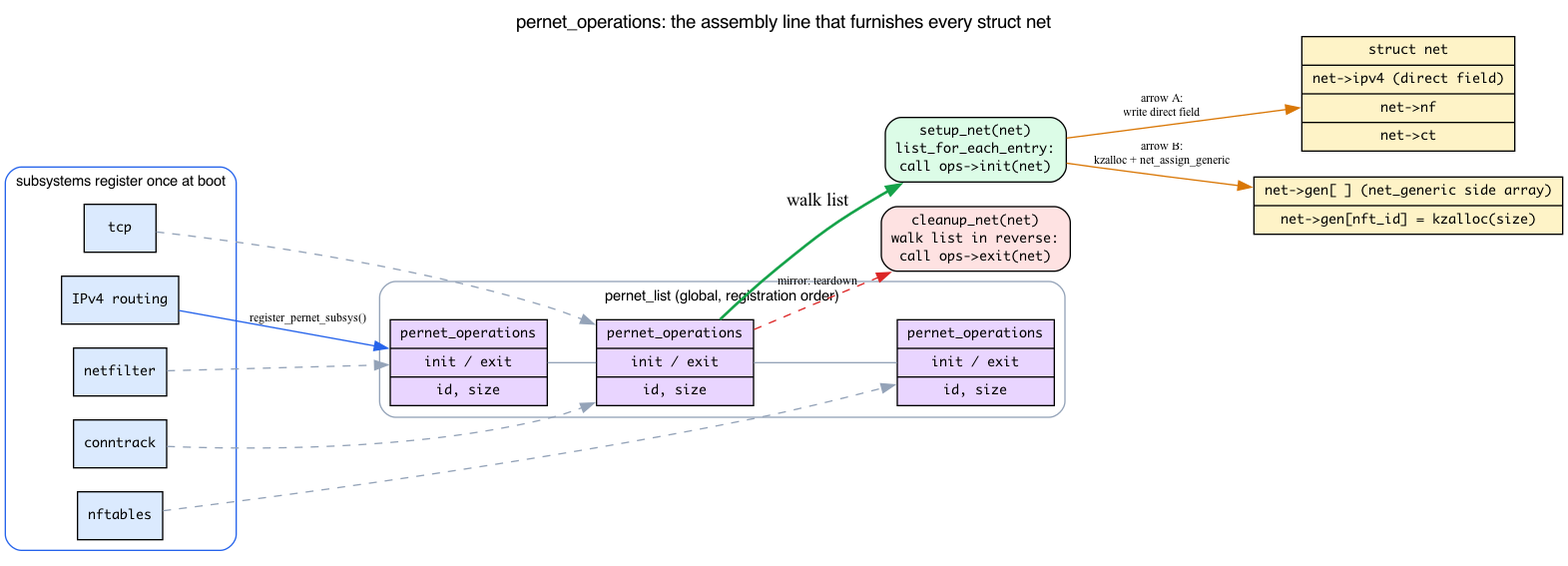
The Graphviz diagram linux-net/src/diagrams/day05_pernet_dispatch.png in biefy/books, before a commit. Its source is kept beside it as linux-net/src/diagrams/src/day05_pernet_dispatch.dot.
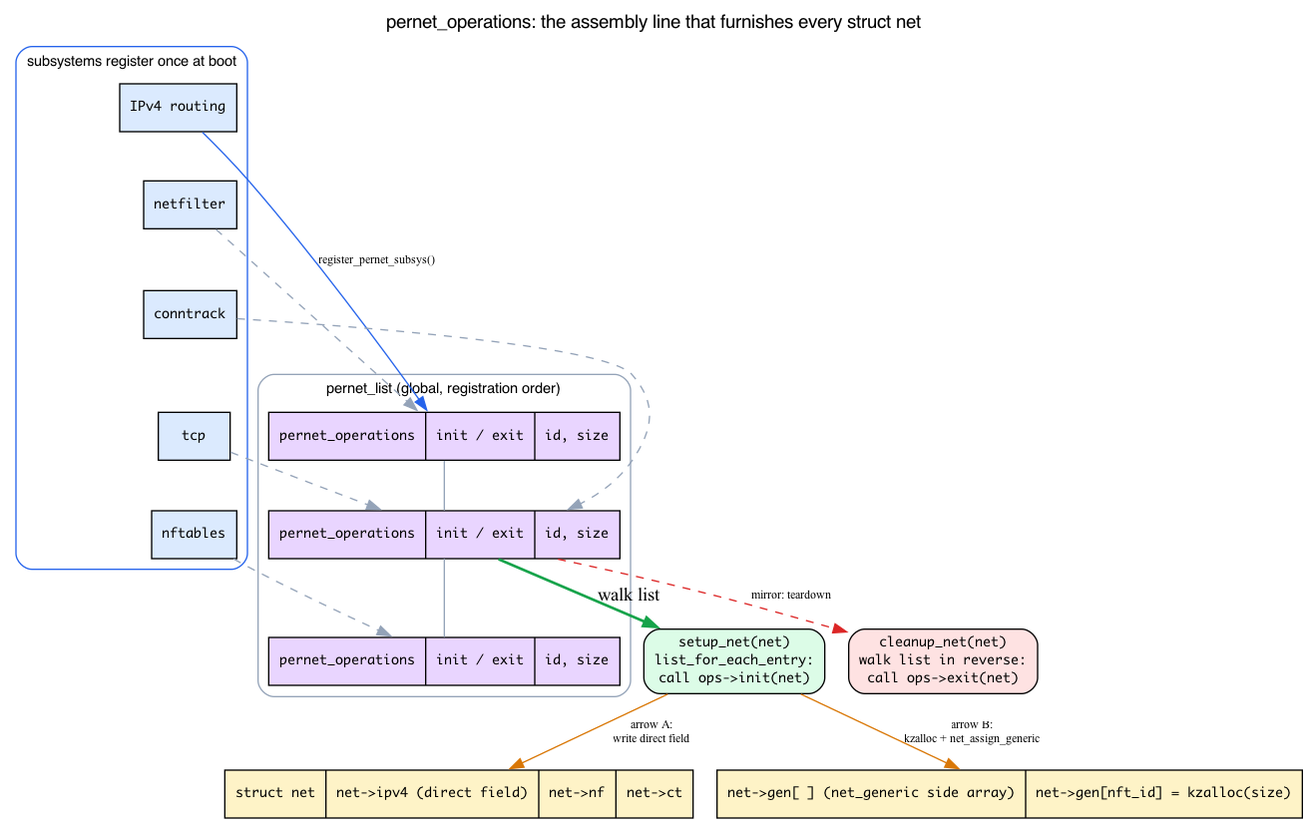
Later version of the same file.

What changed in the source:
```diff
@@ -1,5 +1,5 @@
 digraph pernet_dispatch {
-    rankdir=LR;
+    rankdir=TB;
     labelloc=t;
     label="pernet_operations: the assembly line that furnishes every struct net";
     fontname="Helvetica"; fontsize=14;
@@ -14,6 +14,7 @@
         conntrack [label="conntrack"];
         tcp [label="tcp"];
         nftables [label="nftables"];
+        routing -> netfilter -> conntrack -> tcp -> nftables [style=invis];
     }
 
     subgraph cluster_list {
```
